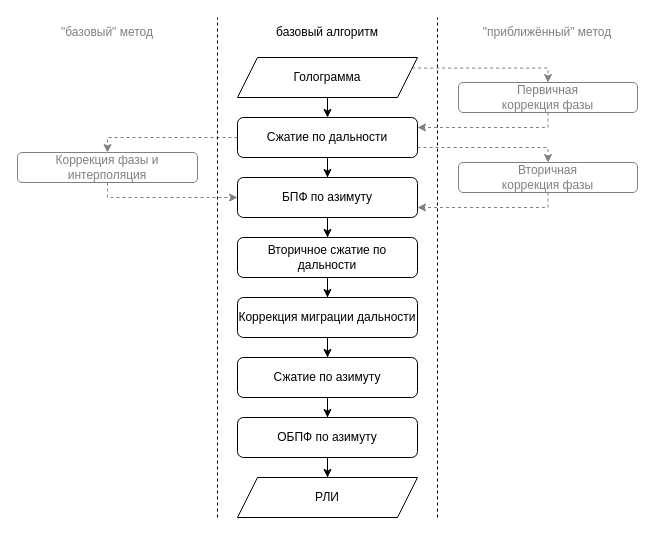
This is images/RDA.drawio from A1rsenij/sar-model, a draw.io file, before an edit. Source tidied: cells renumbered, new cells numbered last; positions are measured from the earlier drawing's top-left corner, leaving out a move shared by most shapes. Both pictures are drawn from the tidied source at 100%, with x=0, y=0 at pixel (17, 17).
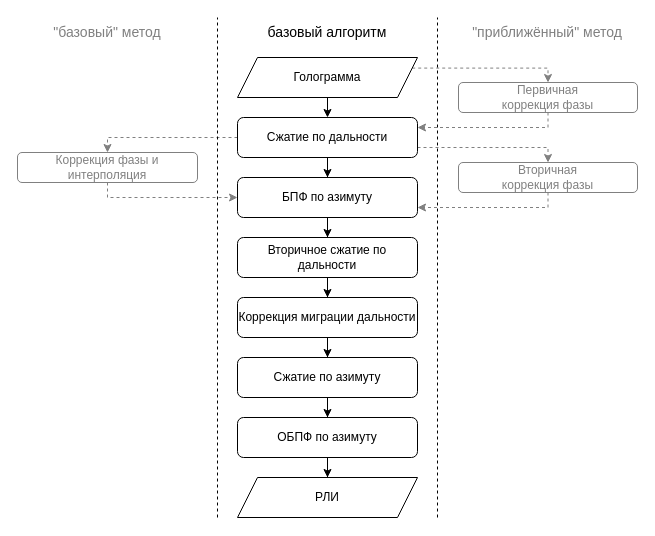
After the change.

Change to the diagram source:
```diff
@@
-    <mxCell id="19" value="&quot;базовый&quot; метод" style="text;align=center;verticalAlign=middle;rounded=0;fontFamily=JetBrains Mono;fontSize=12;fontColor=light-dark(#808080, #ededed);whiteSpace=wrap;" parent="1" vertex="1">
+    <mxCell id="19" value="&quot;базовый&quot; метод" style="text;align=center;verticalAlign=middle;rounded=0;fontFamily=JetBrains Mono;fontSize=14;fontColor=light-dark(#808080, #ededed);whiteSpace=wrap;" parent="1" vertex="1">
       <mxGeometry width="180" height="30" as="geometry" />
     </mxCell>
-    <mxCell id="20" value="базовый алгоритм" style="text;align=center;verticalAlign=middle;rounded=0;fontFamily=JetBrains Mono;fontSize=12;whiteSpace=wrap;" parent="1" vertex="1">
+    <mxCell id="20" value="базовый алгоритм" style="text;align=center;verticalAlign=middle;rounded=0;fontFamily=JetBrains Mono;fontSize=14;whiteSpace=wrap;" parent="1" vertex="1">
       <mxGeometry x="220" width="180" height="30" as="geometry" />
     </mxCell>
-    <mxCell id="21" value="&quot;приближённый&quot; метод" style="text;align=center;verticalAlign=middle;rounded=0;fontFamily=JetBrains Mono;fontSize=12;fontColor=light-dark(#808080, #ededed);whiteSpace=wrap;" parent="1" vertex="1">
+    <mxCell id="21" value="&quot;приближённый&quot; метод" style="text;align=center;verticalAlign=middle;rounded=0;fontFamily=JetBrains Mono;fontSize=14;fontColor=light-dark(#808080, #ededed);whiteSpace=wrap;" parent="1" vertex="1">
       <mxGeometry x="440" width="180" height="30" as="geometry" />
     </mxCell>
```
